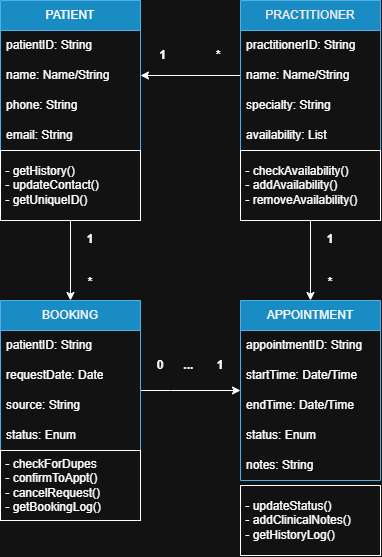
AdharvKaimal/st1-assignment-2 keeps this draw.io diagram as stage03/UML_SmartCare.png. Above is the earlier version. Source tidied: cells renumbered, new cells last; positions are measured from the earlier drawing's top-left corner, leaving out a move shared by most shapes.
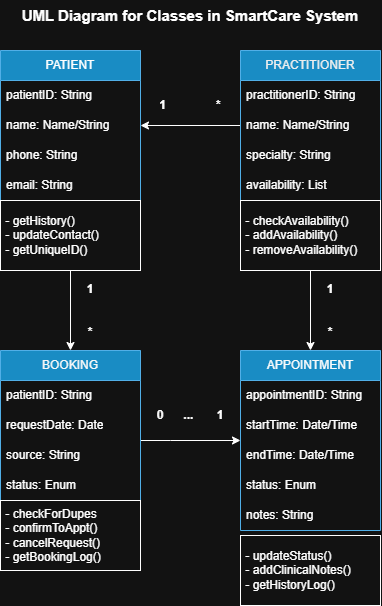
After the commit.

Commit message:
Add final formatting fixes TO stage03

The edit, as a diff of the source:
```diff
@@ -106,5 +106,8 @@
     <mxCell id="34" value="&lt;b&gt;1&lt;/b&gt;&lt;div&gt;&lt;b&gt;&amp;nbsp;&lt;/b&gt;&lt;div&gt;&lt;b&gt;&lt;br&gt;&lt;/b&gt;&lt;/div&gt;&lt;div&gt;&lt;b&gt;*&lt;/b&gt;&lt;/div&gt;&lt;/div&gt;" style="text;html=1;whiteSpace=wrap;strokeColor=none;fillColor=none;align=center;verticalAlign=middle;rounded=0;" parent="1" vertex="1">
       <mxGeometry x="280" y="235" width="100" height="50" as="geometry" />
     </mxCell>
+    <mxCell id="35" value="&lt;font style=&quot;font-size: 15px;&quot;&gt;&lt;b&gt;UML Diagram for Classes in SmartCare System&lt;/b&gt;&lt;/font&gt;" style="text;html=1;whiteSpace=wrap;strokeColor=none;fillColor=none;align=center;verticalAlign=middle;rounded=0;" parent="1" vertex="1">
+      <mxGeometry x="20" y="-50" width="340" height="30" as="geometry" />
+    </mxCell>
   </root>
 </mxGraphModel>
```
